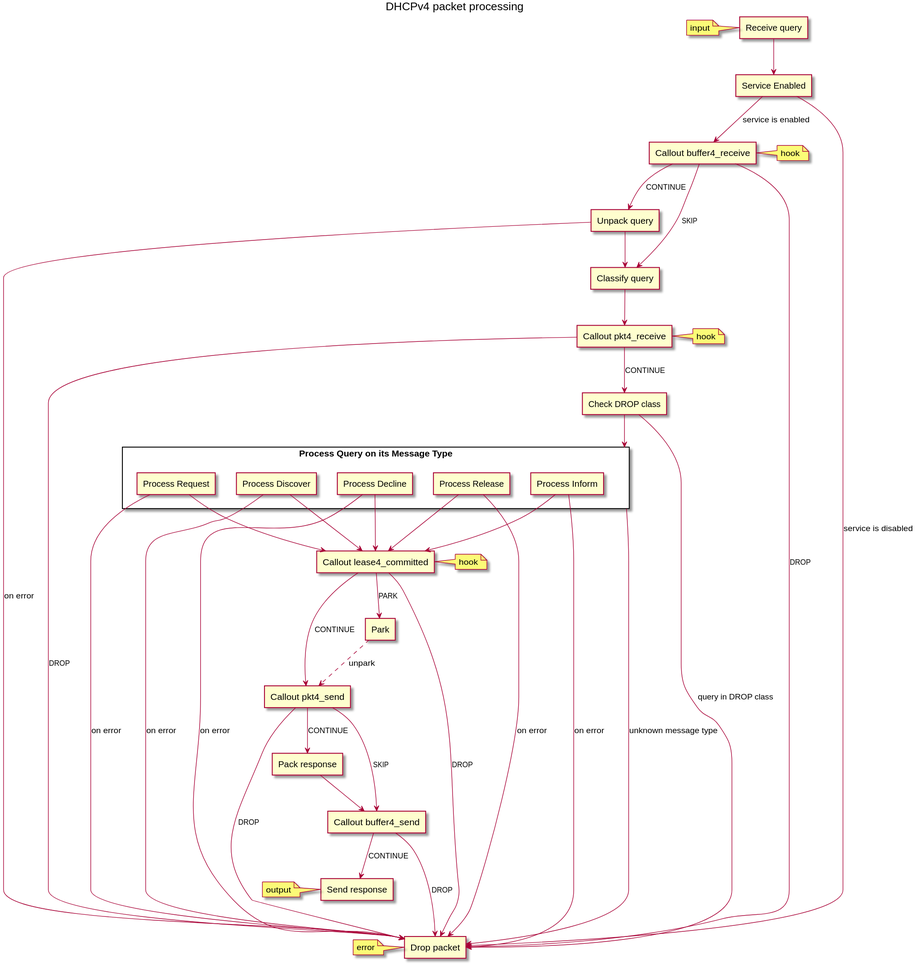
Above: doc/devel/images/packet4.svg in isc-projects/kea (PlantUML), before the change.
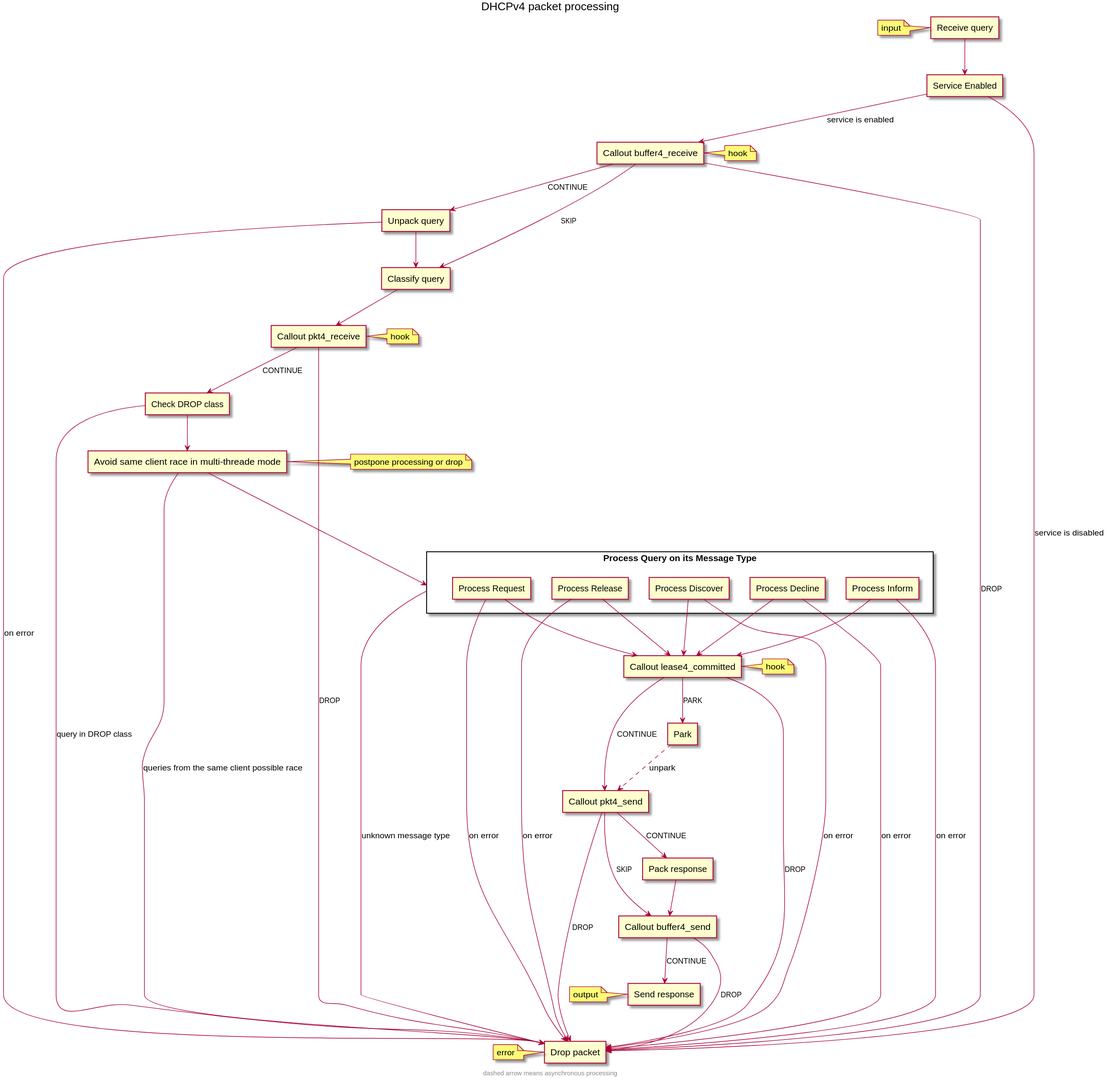
Above is the later version.

What changed in the source:
```diff
@@ -18,6 +18,9 @@
 note right : hook
 
 agent "Check DROP class" as drop_class
+
+agent "Avoid same client race in multi-threade mode" as same_client
+note right : postpone processing or drop
 
 rectangle "Process Query on its Message Type" as process {
  agent "Process Discover" as processDiscover
@@ -57,8 +60,10 @@
 classify --> pkt4_receive
 pkt4_receive --> drop_class : CONTINUE
 pkt4_receive ---> drop : DROP
-drop_class --> process
+drop_class --> same_client
 drop_class ---> drop : query in DROP class
+same_client ---> process
+same_client ---> drop : queries from the same client possible race
 process ---> drop : unknown message type
 processDiscover --> lease4_committed
 processDiscover ---> drop : on error
@@ -81,4 +86,7 @@
 buffer4_send --> send : CONTINUE
 buffer4_send ---> drop : DROP
 send -[hidden]-> drop
+
+footer dashed arrow means asynchronous processing
+
 @enduml
```
